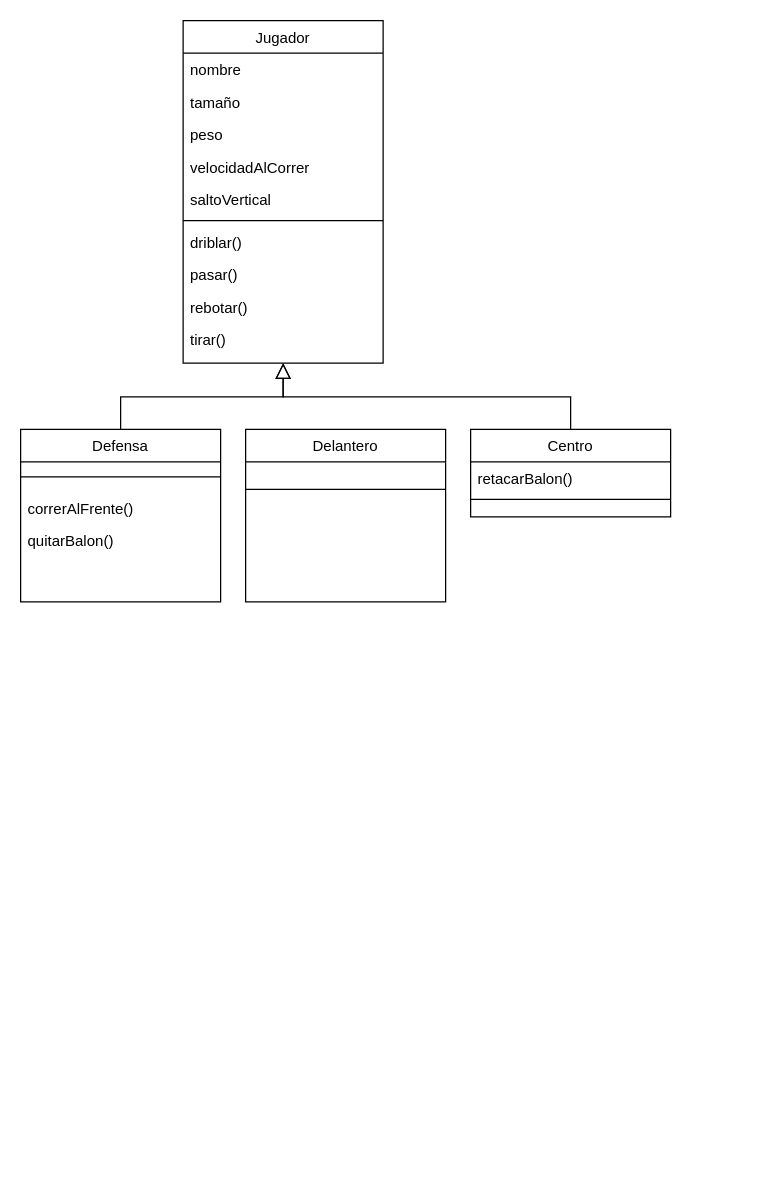
andresseconds/DiagramasUML keeps this draw.io diagram as Diagrama sin título.drawio. Above is the earlier version. Source tidied: cells renumbered, new cells numbered last; positions are measured from the earlier drawing's top-left corner, leaving out a move shared by most shapes. Both pictures are drawn from the tidied source at 125%, with x=0, y=0 at pixel (20, 20).
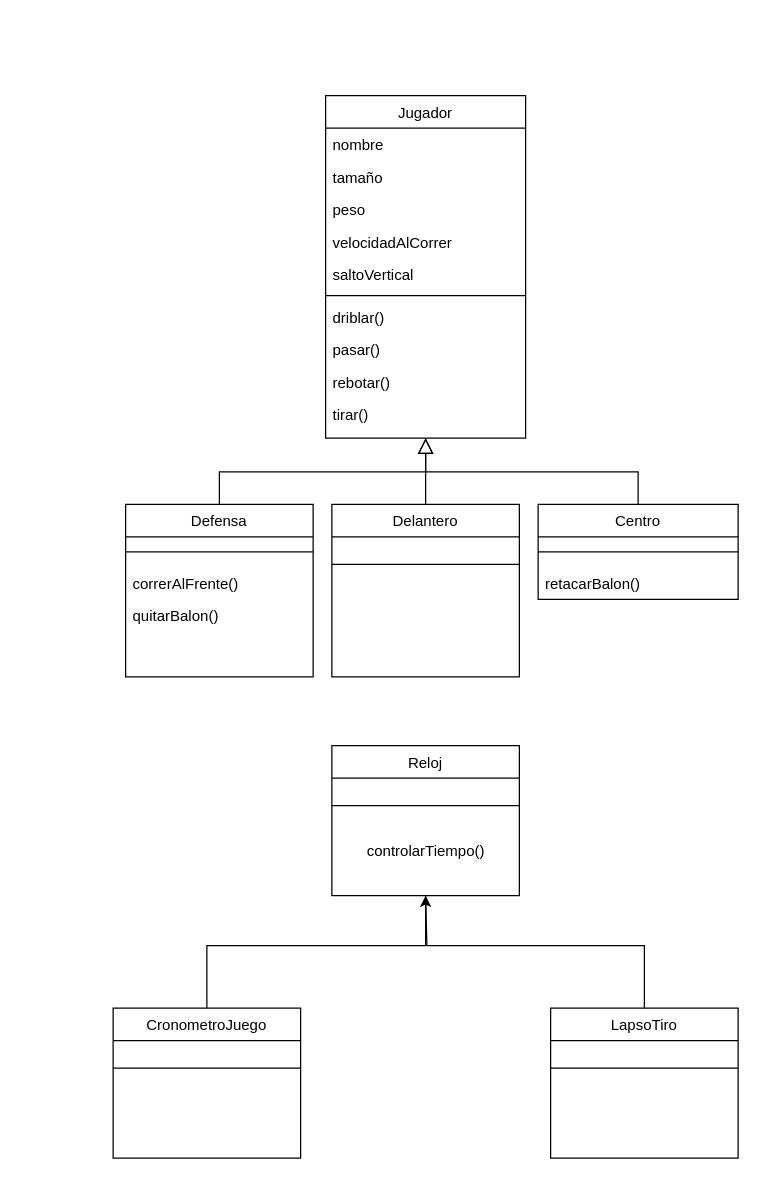
The same page after the edit.

Diff of the diagram source:
```diff
@@
     <mxCell id="2" value="Jugador" style="swimlane;fontStyle=0;align=center;verticalAlign=top;horizontal=1;startSize=26;rounded=0;shadow=0;strokeWidth=1;" parent="1" vertex="1">
-      <mxGeometry x="130" width="160" height="274" as="geometry" />
+      <mxGeometry x="244" y="60" width="160" height="274" as="geometry" />
     </mxCell>
@@
     <mxCell id="13" value="Defensa" style="swimlane;fontStyle=0;align=center;verticalAlign=top;horizontal=1;startSize=26;rounded=0;shadow=0;strokeWidth=1;" parent="1" vertex="1">
-      <mxGeometry y="327" width="160" height="138" as="geometry" />
+      <mxGeometry x="84" y="387" width="150" height="138" as="geometry" />
     </mxCell>
     <mxCell id="14" style="line;html=1;strokeWidth=1;align=left;verticalAlign=middle;spacingTop=-1;spacingLeft=3;spacingRight=3;labelPosition=right;" parent="13" vertex="1">
-      <mxGeometry y="26" width="160" height="24" as="geometry" />
+      <mxGeometry y="26" width="150" height="24" as="geometry" />
     </mxCell>
     <mxCell id="15" value="correrAlFrente()" style="text;align=left;verticalAlign=top;spacingLeft=4;spacingRight=4;overflow=hidden;" parent="13" vertex="1">
-      <mxGeometry y="50" width="160" height="26" as="geometry" />
+      <mxGeometry y="50" width="150" height="26" as="geometry" />
     </mxCell>
     <mxCell id="16" value="quitarBalon()" style="text;align=left;verticalAlign=top;spacingLeft=4;spacingRight=4;overflow=hidden;rounded=0;shadow=0;html=0;" parent="13" vertex="1">
-      <mxGeometry y="76" width="160" height="26" as="geometry" />
+      <mxGeometry y="76" width="150" height="26" as="geometry" />
     </mxCell>
@@
     <mxCell id="18" value="Centro" style="swimlane;fontStyle=0;align=center;verticalAlign=top;horizontal=1;startSize=26;rounded=0;shadow=0;strokeWidth=1;" parent="1" vertex="1">
-      <mxGeometry x="360" y="327" width="160" height="70" as="geometry" />
+      <mxGeometry x="414" y="387" width="160" height="76" as="geometry" />
     </mxCell>
+    <mxCell id="20" style="line;html=1;strokeWidth=1;align=left;verticalAlign=middle;spacingTop=-1;spacingLeft=3;spacingRight=3;labelPosition=right;" parent="18" vertex="1">
+      <mxGeometry y="26" width="160" height="24" as="geometry" />
+    </mxCell>
     <mxCell id="19" value="retacarBalon()" style="text;align=left;verticalAlign=top;spacingLeft=4;spacingRight=4;overflow=hidden;" parent="18" vertex="1">
-      <mxGeometry y="26" width="160" height="26" as="geometry" />
+      <mxGeometry y="50" width="160" height="26" as="geometry" />
     </mxCell>
-    <mxCell id="20" style="line;html=1;strokeWidth=1;align=left;verticalAlign=middle;spacingTop=-1;spacingLeft=3;spacingRight=3;labelPosition=right;" parent="18" vertex="1">
-      <mxGeometry y="52" width="160" height="8" as="geometry" />
-    </mxCell>
@@
+    <mxCell id="24" style="edgeStyle=orthogonalEdgeStyle;rounded=0;jettySize=auto;html=1;exitX=0.5;exitY=0;exitDx=0;exitDy=0;endArrow=none;startFill=0;" parent="1" edge="1" source="22">
+      <mxGeometry relative="1" as="geometry">
+        <mxPoint x="324" y="360" as="targetPoint" />
+      </mxGeometry>
+    </mxCell>
     <mxCell id="22" value="Delantero" style="swimlane;fontStyle=0;align=center;verticalAlign=top;horizontal=1;startSize=26;rounded=0;shadow=0;strokeWidth=1;" parent="1" vertex="1">
-      <mxGeometry x="180" y="327" width="160" height="138" as="geometry" />
+      <mxGeometry x="249" y="387" width="150" height="138" as="geometry" />
     </mxCell>
     <mxCell id="23" style="line;html=1;strokeWidth=1;align=left;verticalAlign=middle;spacingTop=-1;spacingLeft=3;spacingRight=3;labelPosition=right;" parent="22" vertex="1">
-      <mxGeometry y="26" width="160" height="44" as="geometry" />
+      <mxGeometry y="26" width="150" height="44" as="geometry" />
     </mxCell>
+    <mxCell id="25" value="Reloj" style="swimlane;fontStyle=0;align=center;verticalAlign=top;horizontal=1;startSize=26;rounded=0;shadow=0;strokeWidth=1;" parent="1" vertex="1">
+      <mxGeometry x="249" y="580" width="150" height="120" as="geometry" />
+    </mxCell>
+    <mxCell id="26" style="line;html=1;strokeWidth=1;align=left;verticalAlign=middle;spacingTop=-1;spacingLeft=3;spacingRight=3;labelPosition=right;" parent="25" vertex="1">
+      <mxGeometry y="26" width="150" height="44" as="geometry" />
+    </mxCell>
+    <mxCell id="27" value="controlarTiempo()" style="text;html=1;align=center;verticalAlign=middle;strokeColor=none;fillColor=none;" parent="25" vertex="1">
+      <mxGeometry y="70" width="150" height="30" as="geometry" />
+    </mxCell>
+    <mxCell id="28" style="edgeStyle=orthogonalEdgeStyle;rounded=0;jettySize=auto;html=1;entryX=0.5;entryY=1;entryDx=0;entryDy=0;" parent="1" edge="1" source="29" target="25">
+      <mxGeometry relative="1" as="geometry">
+        <Array as="points">
+          <mxPoint x="149" y="740" />
+          <mxPoint x="324" y="740" />
+        </Array>
+      </mxGeometry>
+    </mxCell>
+    <mxCell id="29" value="CronometroJuego" style="swimlane;fontStyle=0;align=center;verticalAlign=top;horizontal=1;startSize=26;rounded=0;shadow=0;strokeWidth=1;" parent="1" vertex="1">
+      <mxGeometry x="74" y="790" width="150" height="120" as="geometry" />
+    </mxCell>
+    <mxCell id="30" style="line;html=1;strokeWidth=1;align=left;verticalAlign=middle;spacingTop=-1;spacingLeft=3;spacingRight=3;labelPosition=right;" parent="29" vertex="1">
+      <mxGeometry y="26" width="150" height="44" as="geometry" />
+    </mxCell>
+    <mxCell id="31" style="edgeStyle=orthogonalEdgeStyle;rounded=0;jettySize=auto;html=1;endArrow=none;startFill=0;" parent="1" edge="1" source="32">
+      <mxGeometry relative="1" as="geometry">
+        <mxPoint x="324" y="700" as="targetPoint" />
+        <Array as="points">
+          <mxPoint x="499" y="740" />
+          <mxPoint x="325" y="740" />
+          <mxPoint x="325" y="700" />
+        </Array>
+      </mxGeometry>
+    </mxCell>
+    <mxCell id="32" value="LapsoTiro" style="swimlane;fontStyle=0;align=center;verticalAlign=top;horizontal=1;startSize=26;rounded=0;shadow=0;strokeWidth=1;" parent="1" vertex="1">
+      <mxGeometry x="424" y="790" width="150" height="120" as="geometry" />
+    </mxCell>
+    <mxCell id="33" style="line;html=1;strokeWidth=1;align=left;verticalAlign=middle;spacingTop=-1;spacingLeft=3;spacingRight=3;labelPosition=right;" parent="32" vertex="1">
+      <mxGeometry y="26" width="150" height="44" as="geometry" />
+    </mxCell>
```
